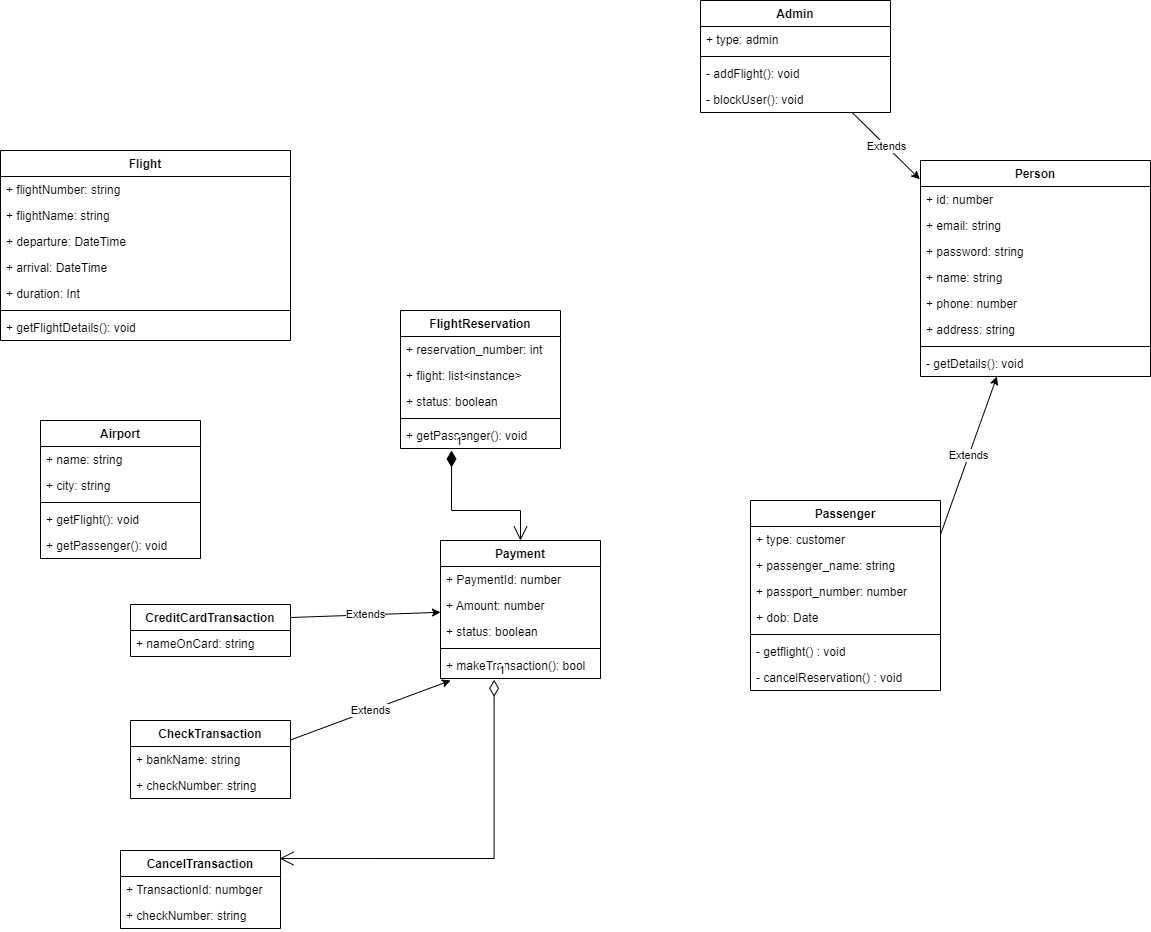
Before: Java Core 11/AirlineReservationSystem.drawio.drawio.png, a diagram exported from draw.io (Ayu-Github07/Assignments). Source tidied: cells renumbered, new cells last; positions are measured from the earlier drawing's top-left corner, leaving out a move shared by most shapes.
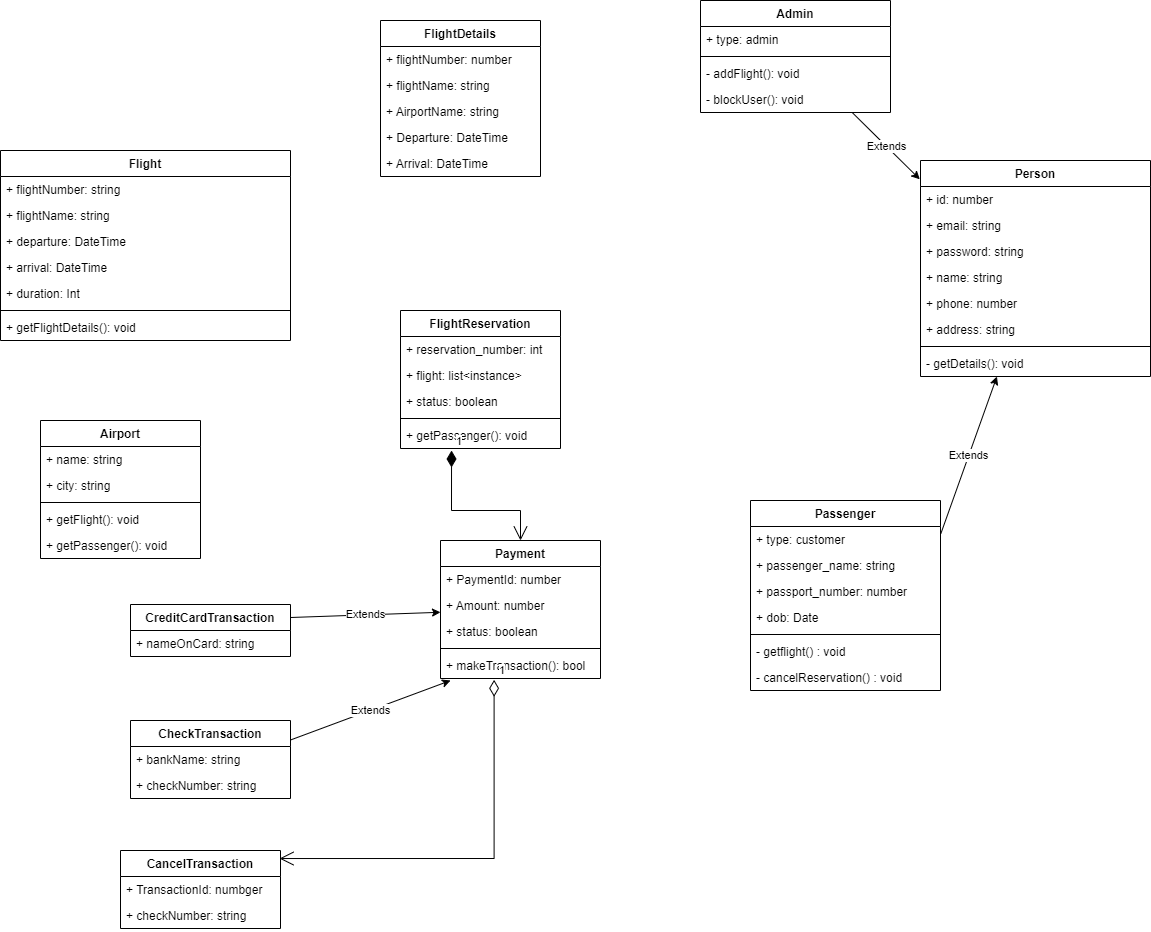
The same file after the commit.

Diff of the diagram source:
```diff
@@ -196,5 +196,23 @@
         </Array>
       </mxGeometry>
     </mxCell>
+    <mxCell id="64" value="FlightDetails" style="swimlane;fontStyle=1;align=center;verticalAlign=top;horizontal=1;startSize=26;" parent="1" vertex="1">
+      <mxGeometry x="380" y="20" width="160" height="156" as="geometry" />
+    </mxCell>
+    <mxCell id="65" value="+ flightNumber: number" style="text;strokeColor=none;fillColor=none;align=left;verticalAlign=top;spacingLeft=4;spacingRight=4;overflow=hidden;" parent="64" vertex="1">
+      <mxGeometry y="26" width="160" height="26" as="geometry" />
+    </mxCell>
+    <mxCell id="66" value="+ flightName: string" style="text;strokeColor=none;fillColor=none;align=left;verticalAlign=top;spacingLeft=4;spacingRight=4;overflow=hidden;" parent="64" vertex="1">
+      <mxGeometry y="52" width="160" height="26" as="geometry" />
+    </mxCell>
+    <mxCell id="67" value="+ AirportName: string" style="text;strokeColor=none;fillColor=none;align=left;verticalAlign=top;spacingLeft=4;spacingRight=4;overflow=hidden;" parent="64" vertex="1">
+      <mxGeometry y="78" width="160" height="26" as="geometry" />
+    </mxCell>
+    <mxCell id="68" value="+ Departure: DateTime" style="text;strokeColor=none;fillColor=none;align=left;verticalAlign=top;spacingLeft=4;spacingRight=4;overflow=hidden;" parent="64" vertex="1">
+      <mxGeometry y="104" width="160" height="26" as="geometry" />
+    </mxCell>
+    <mxCell id="69" value="+ Arrival: DateTime" style="text;strokeColor=none;fillColor=none;align=left;verticalAlign=top;spacingLeft=4;spacingRight=4;overflow=hidden;" parent="64" vertex="1">
+      <mxGeometry y="130" width="160" height="26" as="geometry" />
+    </mxCell>
   </root>
 </mxGraphModel>
```
